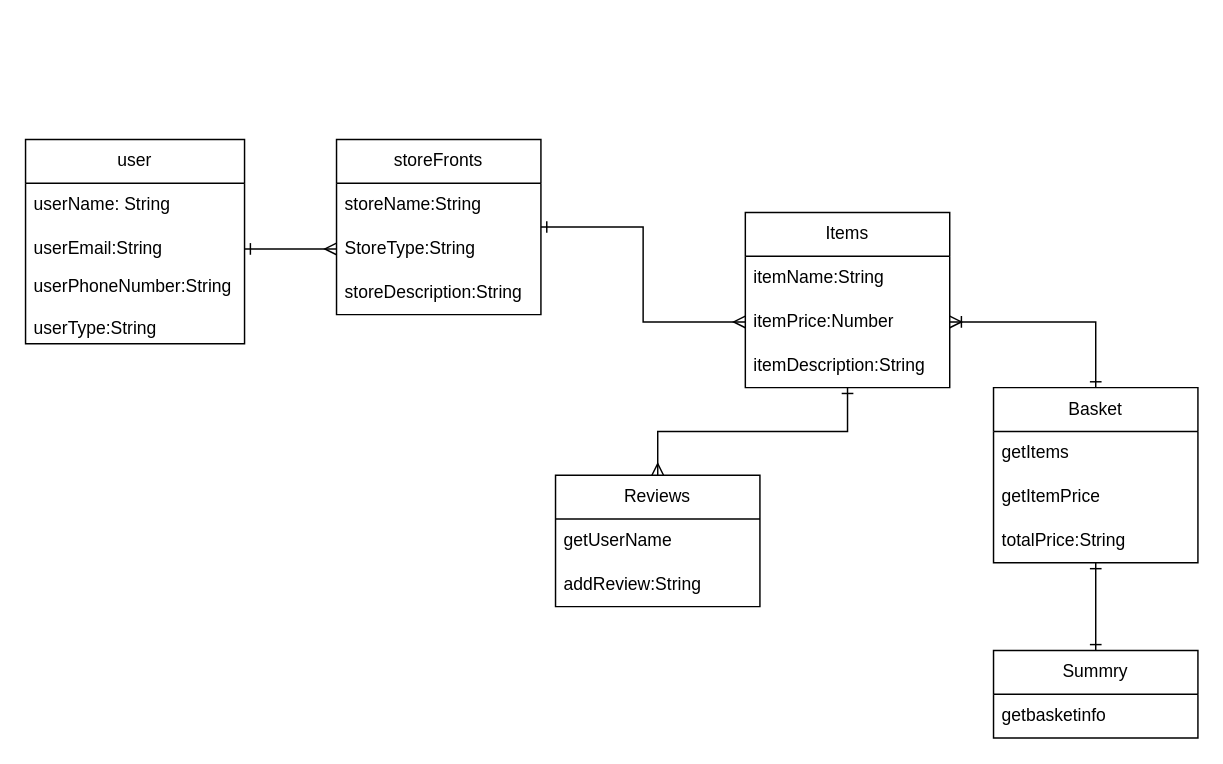
Earlier version of the draw.io diagram ERD New.drawio (yusefzaman/SEI-Project-2-QuickCart). Source tidied: cells renumbered, new cells numbered last; positions are measured from the earlier drawing's top-left corner, leaving out a move shared by most shapes. Both pictures are drawn from the tidied source at 146%, with x=0, y=0 at pixel (25, 139).
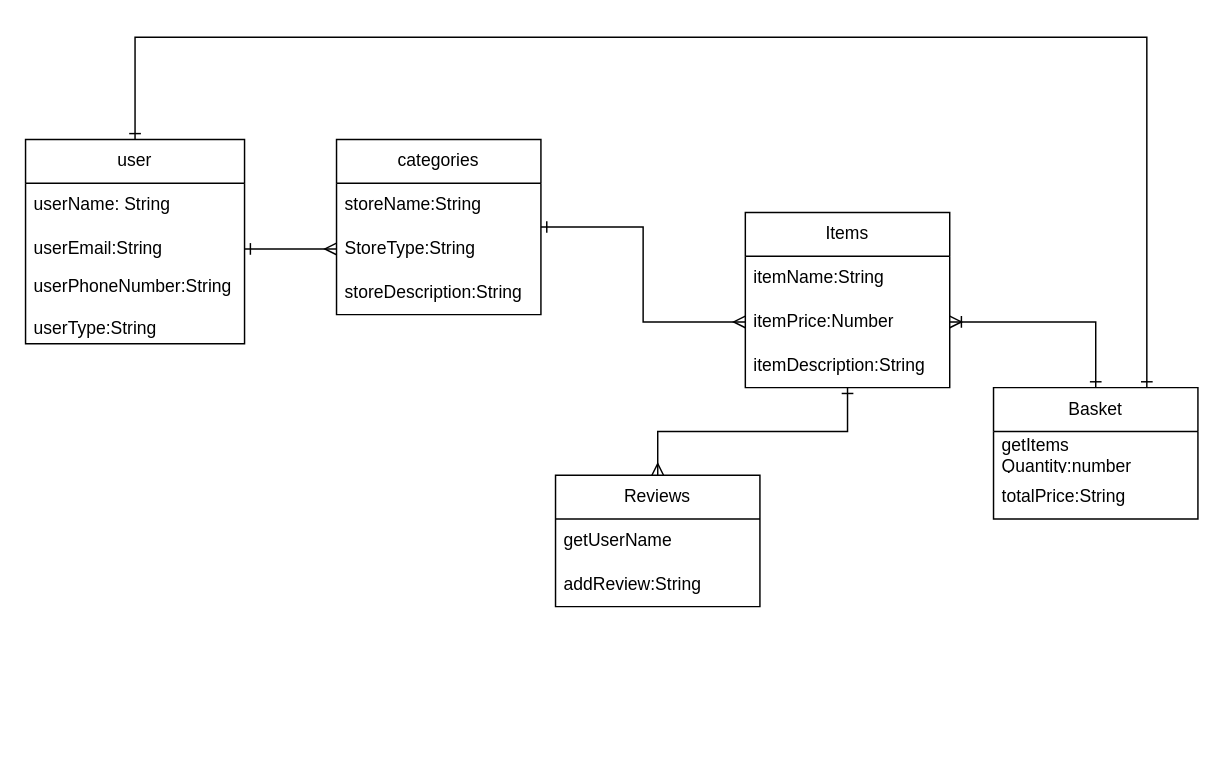
The same page after the edit.

The change refers to these unchanged cells:
```xml
<mxCell id="2" value="user" style="swimlane;fontStyle=0;horizontal=1;startSize=30;whiteSpace=wrap;html=1;" parent="1" vertex="1">
  <mxGeometry width="150" height="140" as="geometry" />
</mxCell>
```

Diff of the diagram source:
```diff
@@
+    <mxCell id="28" style="edgeStyle=orthogonalEdgeStyle;rounded=0;jettySize=auto;html=1;exitX=0.5;exitY=0;exitDx=0;exitDy=0;entryX=0.75;entryY=0;entryDx=0;entryDy=0;startArrow=ERone;startFill=0;endArrow=ERone;endFill=0;" parent="1" edge="1" source="2" target="20">
+      <mxGeometry relative="1" as="geometry">
+        <Array as="points">
+          <mxPoint x="75" y="-70" />
+          <mxPoint x="768" y="-70" />
+        </Array>
+      </mxGeometry>
+    </mxCell>
@@
-    <mxCell id="7" value="storeFronts" style="swimlane;fontStyle=0;horizontal=1;startSize=30;whiteSpace=wrap;html=1;" parent="1" vertex="1">
+    <mxCell id="7" value="categories" style="swimlane;fontStyle=0;horizontal=1;startSize=30;whiteSpace=wrap;html=1;" parent="1" vertex="1">
       <mxGeometry x="213" width="140" height="120" as="geometry" />
     </mxCell>
@@
-    <mxCell id="19" style="edgeStyle=orthogonalEdgeStyle;rounded=0;jettySize=auto;html=1;entryX=0.5;entryY=0;entryDx=0;entryDy=0;startArrow=ERone;startFill=0;endArrow=ERone;endFill=0;" parent="1" edge="1" source="20" target="24">
-      <mxGeometry relative="1" as="geometry" />
-    </mxCell>
     <mxCell id="20" value="Basket" style="swimlane;fontStyle=0;horizontal=1;startSize=30;whiteSpace=wrap;html=1;" parent="1" vertex="1">
-      <mxGeometry x="663" y="170" width="140" height="120" as="geometry" />
+      <mxGeometry x="663" y="170" width="140" height="90" as="geometry" />
     </mxCell>
-    <mxCell id="21" value="getItems" style="text;strokeColor=none;fillColor=none;align=left;verticalAlign=middle;spacingLeft=4;spacingRight=4;overflow=hidden;whiteSpace=wrap;html=1;" parent="20" vertex="1">
+    <mxCell id="21" value="getItems&lt;div&gt;Quantity:number&lt;/div&gt;" style="text;strokeColor=none;fillColor=none;align=left;verticalAlign=middle;spacingLeft=4;spacingRight=4;overflow=hidden;whiteSpace=wrap;html=1;" parent="20" vertex="1">
       <mxGeometry y="30" width="140" height="30" as="geometry" />
     </mxCell>
-    <mxCell id="22" value="getItemPrice" style="text;strokeColor=none;fillColor=none;align=left;verticalAlign=middle;spacingLeft=4;spacingRight=4;overflow=hidden;whiteSpace=wrap;html=1;" parent="20" vertex="1">
-      <mxGeometry y="60" width="140" height="30" as="geometry" />
-    </mxCell>
     <mxCell id="23" value="totalPrice:String" style="text;strokeColor=none;fillColor=none;align=left;verticalAlign=middle;spacingLeft=4;spacingRight=4;overflow=hidden;whiteSpace=wrap;html=1;" parent="20" vertex="1">
-      <mxGeometry y="90" width="140" height="30" as="geometry" />
+      <mxGeometry y="60" width="140" height="30" as="geometry" />
     </mxCell>
-    <mxCell id="24" value="Summry" style="swimlane;fontStyle=0;horizontal=1;startSize=30;whiteSpace=wrap;html=1;" parent="1" vertex="1">
-      <mxGeometry x="663" y="350" width="140" height="60" as="geometry" />
-    </mxCell>
-    <mxCell id="25" value="getbasketinfo" style="text;strokeColor=none;fillColor=none;align=left;verticalAlign=middle;spacingLeft=4;spacingRight=4;overflow=hidden;whiteSpace=wrap;html=1;" parent="24" vertex="1">
-      <mxGeometry y="30" width="140" height="30" as="geometry" />
-    </mxCell>
```
